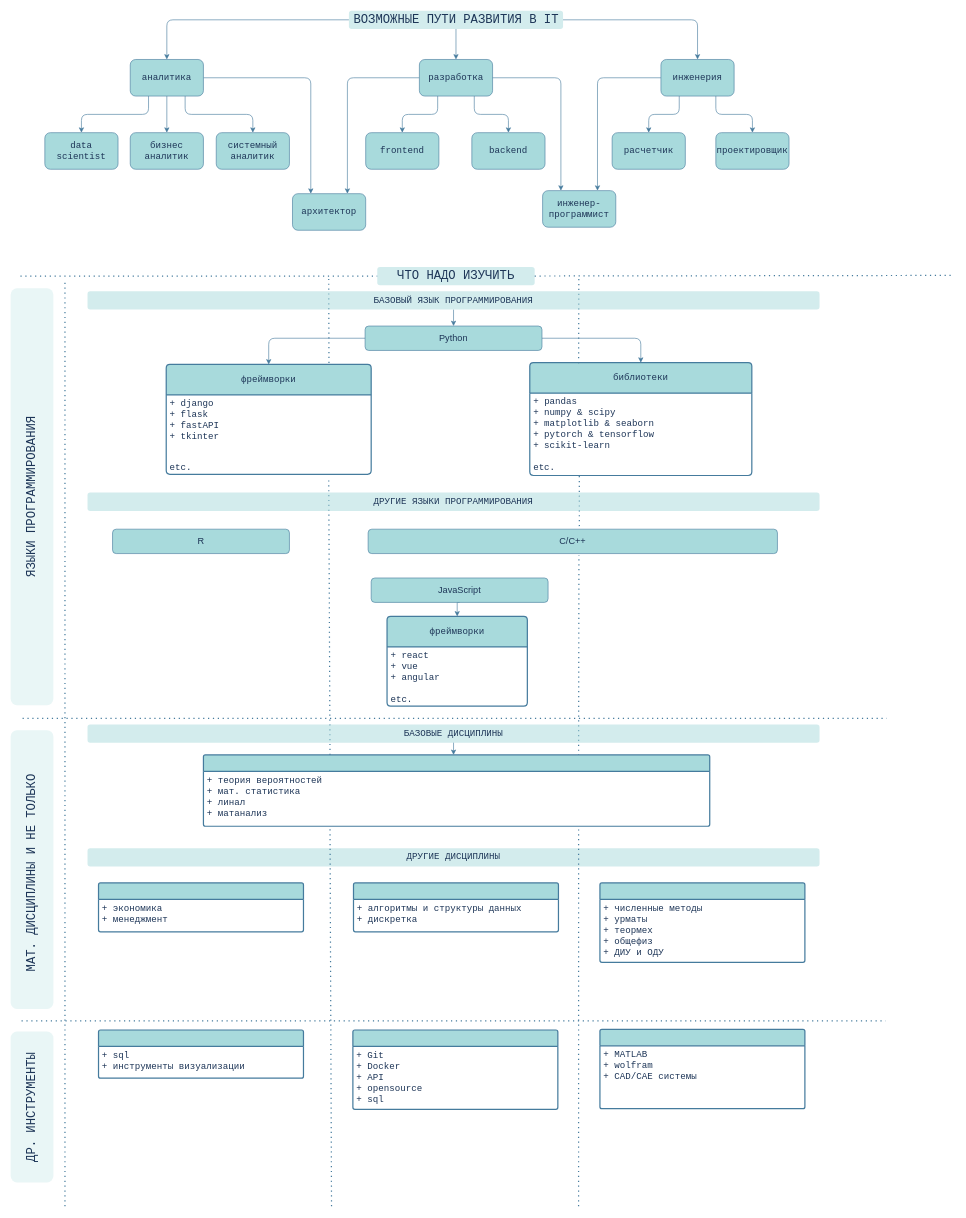
Above: траектория_в_ит_01.drawio in passechnik83/diagram_01 (draw.io), before the change. Source tidied: cells renumbered, new cells numbered last; positions are measured from the earlier drawing's top-left corner, leaving out a move shared by most shapes. Both pictures are drawn from the tidied source at 61%, with x=0, y=0 at pixel (-177, 10).
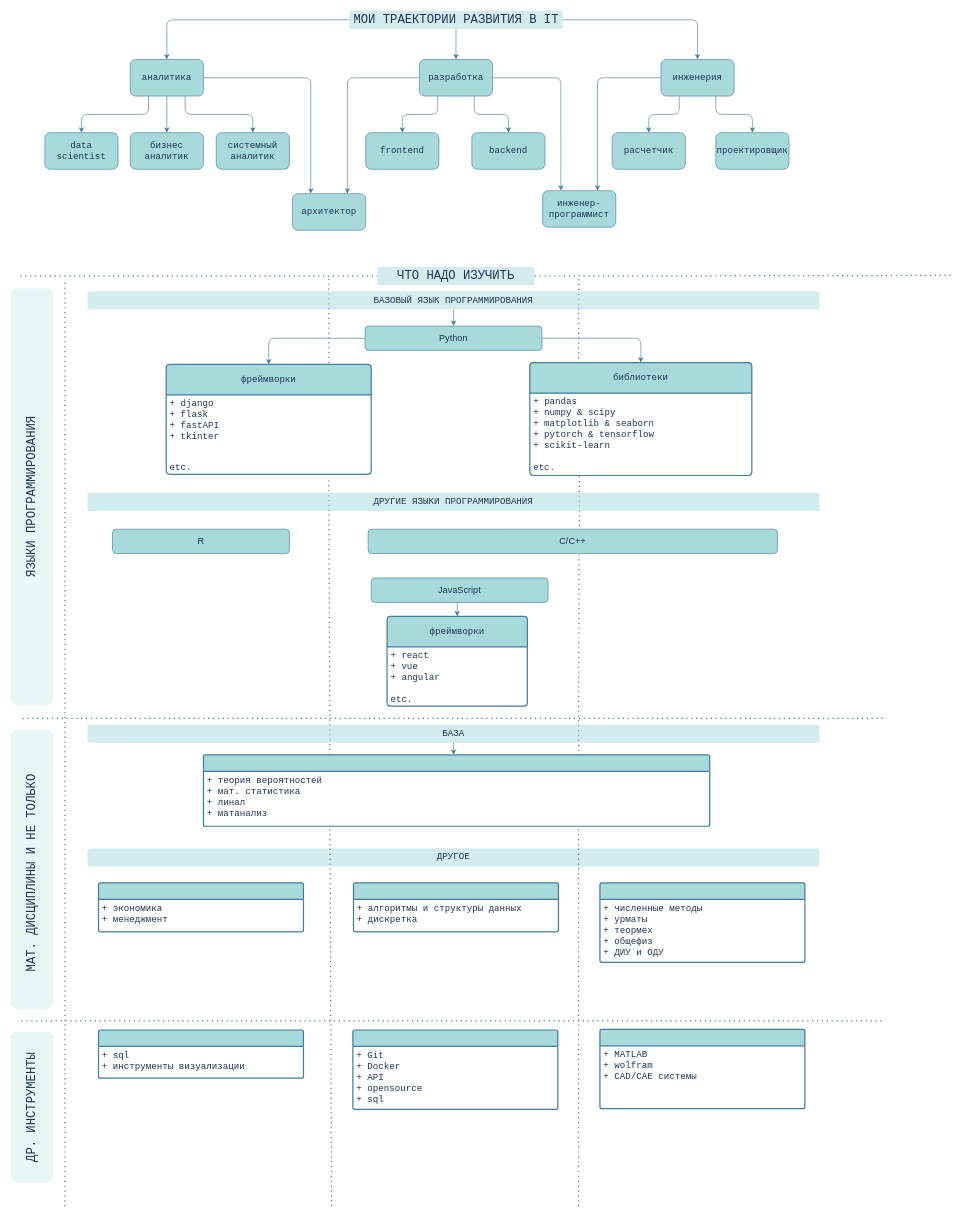
Above is the later version.

The edit, as a diff of the source:
```diff
@@
-    <mxCell id="17" value="&lt;font style=&quot;font-size: 20px;&quot;&gt;ВОЗМОЖНЫЕ ПУТИ РАЗВИТИЯ В IT&lt;/font&gt;" style="text;html=1;whiteSpace=wrap;strokeColor=none;fillColor=#A8DADC;align=center;verticalAlign=middle;rounded=1;fontColor=#1D3557;fontSize=15;fontFamily=Courier New;opacity=50;" parent="1" vertex="1">
+    <mxCell id="17" value="&lt;font style=&quot;font-size: 20px;&quot;&gt;МОИ ТРАЕКТОРИИ РАЗВИТИЯ В IT&lt;/font&gt;" style="text;html=1;whiteSpace=wrap;strokeColor=none;fillColor=#A8DADC;align=center;verticalAlign=middle;rounded=1;fontColor=#1D3557;fontSize=15;fontFamily=Courier New;opacity=50;" parent="1" vertex="1">
       <mxGeometry x="861.5" width="351" height="30" as="geometry" />
     </mxCell>
@@
-    <mxCell id="66" value="&lt;font&gt;БАЗОВЫЕ ДИСЦИПЛИНЫ&lt;/font&gt;" style="text;html=1;whiteSpace=wrap;strokeColor=none;fillColor=#A8DADC;align=center;verticalAlign=middle;rounded=1;fontColor=#1D3557;fontSize=15;fontFamily=Courier New;opacity=50;" parent="1" vertex="1">
+    <mxCell id="66" value="&lt;font&gt;БАЗA&lt;/font&gt;" style="text;html=1;whiteSpace=wrap;strokeColor=none;fillColor=#A8DADC;align=center;verticalAlign=middle;rounded=1;fontColor=#1D3557;fontSize=15;fontFamily=Courier New;opacity=50;" parent="1" vertex="1">
       <mxGeometry x="433" y="1170" width="1200" height="30" as="geometry" />
     </mxCell>
@@
-    <mxCell id="71" value="ДРУГИЕ ДИСЦИПЛИНЫ" style="text;html=1;whiteSpace=wrap;strokeColor=none;fillColor=#A8DADC;align=center;verticalAlign=middle;rounded=1;fontColor=#1D3557;fontSize=15;fontFamily=Courier New;opacity=50;" parent="1" vertex="1">
+    <mxCell id="71" value="ДРУГОЕ" style="text;html=1;whiteSpace=wrap;strokeColor=none;fillColor=#A8DADC;align=center;verticalAlign=middle;rounded=1;fontColor=#1D3557;fontSize=15;fontFamily=Courier New;opacity=50;" parent="1" vertex="1">
       <mxGeometry x="433" y="1373" width="1200" height="30" as="geometry" />
     </mxCell>
```
